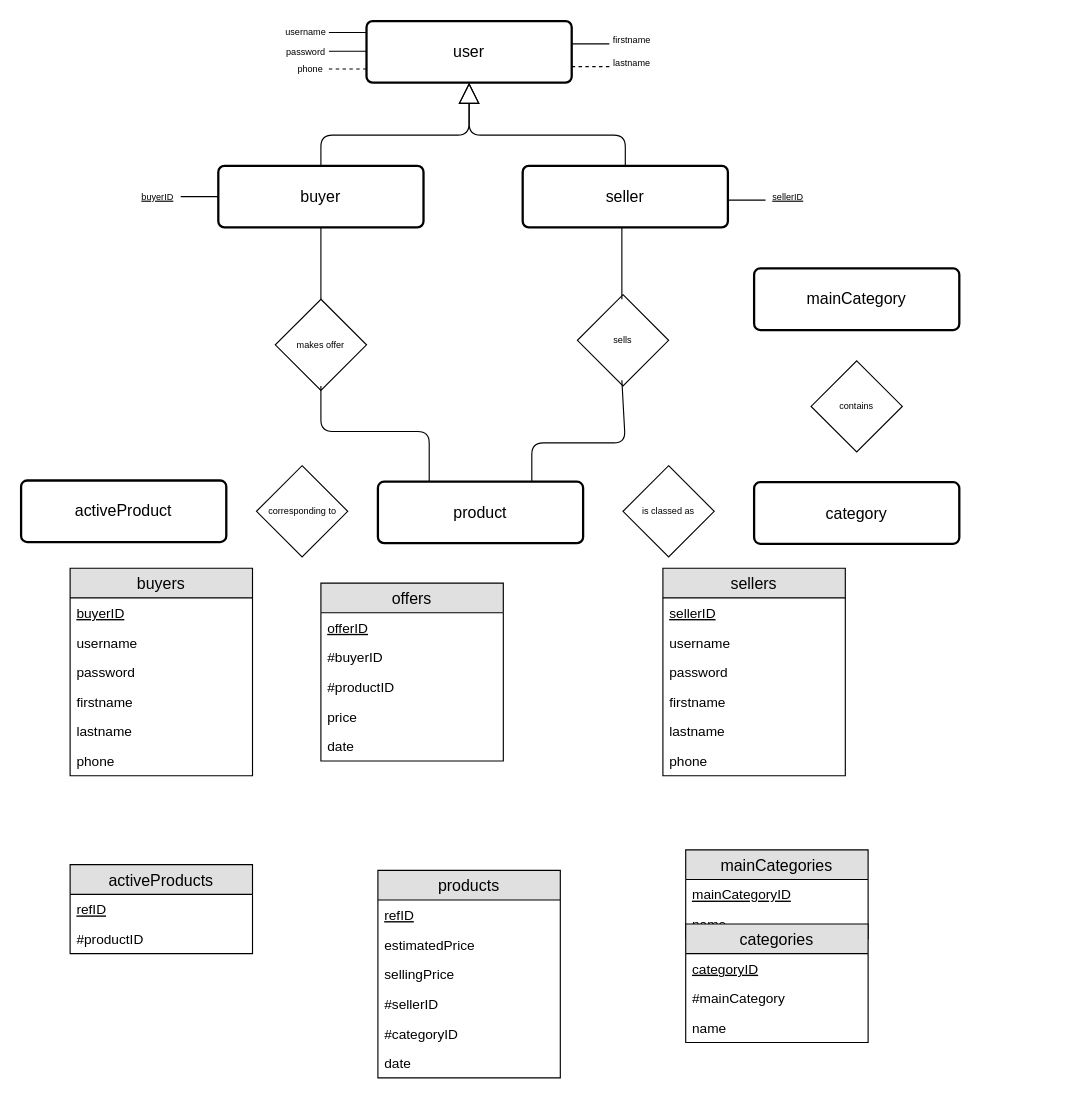
Before: modeleEA.drawio in JonathanCaspar/Database-Project, a draw.io diagram. Source tidied: cells renumbered, new cells numbered last; positions are measured from the earlier drawing's top-left corner, leaving out a move shared by most shapes. Both pictures are drawn from the tidied source at 114%, with x=0, y=0 at pixel (21, 21).
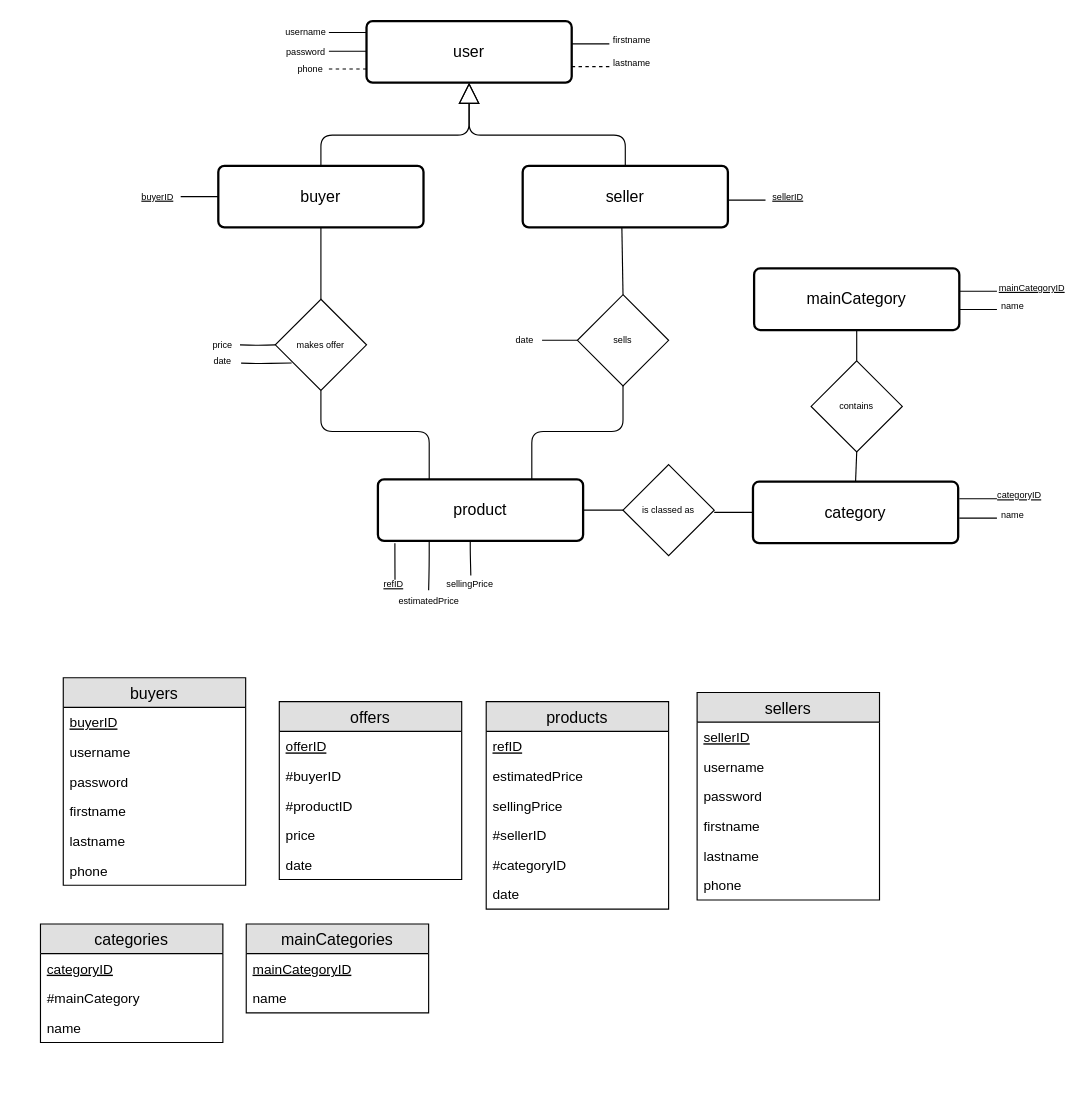
The same page after the edit.

The change refers to these unchanged cells:
```xml
<mxCell id="44" value="mainCategory&lt;br&gt;" style="strokeWidth=2;rounded=1;arcSize=10;whiteSpace=wrap;html=1;align=center;fontSize=14;" parent="1" vertex="1">
  <mxGeometry x="643" y="217" width="180" height="54" as="geometry" />
</mxCell>
<mxCell id="62" value="makes offer" style="rhombus;whiteSpace=wrap;html=1;fontSize=8;fontColor=none;" parent="1" vertex="1">
  <mxGeometry x="223" y="244" width="80" height="80" as="geometry" />
</mxCell>
<mxCell id="65" value="sells" style="rhombus;whiteSpace=wrap;html=1;fontSize=8;fontColor=none;" parent="1" vertex="1">
  <mxGeometry x="488" y="240" width="80" height="80" as="geometry" />
</mxCell>
<mxCell id="66" value="contains" style="rhombus;whiteSpace=wrap;html=1;fontSize=8;fontColor=none;" parent="1" vertex="1">
  <mxGeometry x="693" y="298" width="80" height="80" as="geometry" />
</mxCell>
```

Diff of the diagram source:
```diff
@@
     <mxCell id="2" value="buyers" style="swimlane;fontStyle=0;horizontal=1;startSize=26;fillColor=#e0e0e0;swimlaneFillColor=#ffffff;align=center;fontSize=14;" parent="1" vertex="1">
-      <mxGeometry x="43" y="480" width="160" height="182" as="geometry" />
+      <mxGeometry x="37" y="576" width="160" height="182" as="geometry" />
     </mxCell>
@@
     <mxCell id="9" value="sellers" style="swimlane;fontStyle=0;horizontal=1;startSize=26;fillColor=#e0e0e0;swimlaneFillColor=#ffffff;align=center;fontSize=14;" parent="1" vertex="1">
-      <mxGeometry x="563" y="480" width="160" height="182" as="geometry" />
+      <mxGeometry x="593" y="589" width="160" height="182" as="geometry" />
     </mxCell>
@@
     <mxCell id="16" value="products" style="swimlane;fontStyle=0;horizontal=1;startSize=26;fillColor=#e0e0e0;swimlaneFillColor=#ffffff;align=center;fontSize=14;" parent="1" vertex="1">
-      <mxGeometry x="313" y="745" width="160" height="182" as="geometry" />
+      <mxGeometry x="408" y="597" width="160" height="182" as="geometry" />
     </mxCell>
@@
-    <mxCell id="23" value="activeProducts" style="swimlane;fontStyle=0;horizontal=1;startSize=26;fillColor=#e0e0e0;swimlaneFillColor=#ffffff;align=center;fontSize=14;" parent="1" vertex="1">
-      <mxGeometry x="43" y="740" width="160" height="78" as="geometry" />
-    </mxCell>
-    <mxCell id="24" value="refID" style="text;strokeColor=none;fillColor=none;spacingLeft=4;spacingRight=4;overflow=hidden;fontSize=12;fontStyle=4;" parent="23" vertex="1">
-      <mxGeometry y="26" width="160" height="26" as="geometry" />
-    </mxCell>
-    <mxCell id="25" value="#productID" style="text;strokeColor=none;fillColor=none;spacingLeft=4;spacingRight=4;overflow=hidden;fontSize=12;" parent="23" vertex="1">
-      <mxGeometry y="52" width="160" height="26" as="geometry" />
-    </mxCell>
     <mxCell id="26" value="offers" style="swimlane;fontStyle=0;horizontal=1;startSize=26;fillColor=#e0e0e0;swimlaneFillColor=#ffffff;align=center;fontSize=14;" parent="1" vertex="1">
-      <mxGeometry x="263" y="493" width="160" height="156" as="geometry" />
+      <mxGeometry x="226.5" y="597" width="160" height="156" as="geometry" />
     </mxCell>
@@
     <mxCell id="32" value="mainCategories" style="swimlane;fontStyle=0;horizontal=1;startSize=26;fillColor=#e0e0e0;swimlaneFillColor=#ffffff;align=center;fontSize=14;" parent="1" vertex="1">
-      <mxGeometry x="583" y="727" width="160" height="78" as="geometry" />
+      <mxGeometry x="197.5" y="792" width="160" height="78" as="geometry" />
     </mxCell>
@@
     <mxCell id="35" value="categories" style="swimlane;fontStyle=0;horizontal=1;startSize=26;fillColor=#e0e0e0;swimlaneFillColor=#ffffff;align=center;fontSize=14;" parent="1" vertex="1">
-      <mxGeometry x="583" y="792" width="160" height="104" as="geometry" />
+      <mxGeometry x="17" y="792" width="160" height="104" as="geometry" />
     </mxCell>
@@
     <mxCell id="41" value="product&lt;br&gt;" style="strokeWidth=2;rounded=1;arcSize=10;whiteSpace=wrap;html=1;align=center;fontSize=14;" parent="1" vertex="1">
-      <mxGeometry x="313" y="404" width="180" height="54" as="geometry" />
+      <mxGeometry x="313" y="402" width="180" height="54" as="geometry" />
     </mxCell>
-    <mxCell id="42" value="activeProduct&lt;br&gt;" style="strokeWidth=2;rounded=1;arcSize=10;whiteSpace=wrap;html=1;align=center;fontSize=14;" parent="1" vertex="1">
-      <mxGeometry y="403" width="180" height="54" as="geometry" />
-    </mxCell>
     <mxCell id="43" value="category&lt;br&gt;" style="strokeWidth=2;rounded=1;arcSize=10;whiteSpace=wrap;html=1;align=center;fontSize=14;" parent="1" vertex="1">
-      <mxGeometry x="643" y="404.5" width="180" height="54" as="geometry" />
+      <mxGeometry x="642" y="404" width="180" height="54" as="geometry" />
     </mxCell>
@@
-    <mxCell id="63" value="corresponding to" style="rhombus;whiteSpace=wrap;html=1;fontSize=8;fontColor=none;" parent="1" vertex="1">
-      <mxGeometry x="206.5" y="390" width="80" height="80" as="geometry" />
-    </mxCell>
     <mxCell id="64" value="is classed as" style="rhombus;whiteSpace=wrap;html=1;fontSize=8;fontColor=none;" parent="1" vertex="1">
-      <mxGeometry x="528" y="390" width="80" height="80" as="geometry" />
+      <mxGeometry x="528" y="389" width="80" height="80" as="geometry" />
     </mxCell>
@@
-    <mxCell id="68" style="endArrow=none;html=1;fontSize=8;fontColor=none;exitX=0.25;exitY=0;exitDx=0;exitDy=0;" parent="1" edge="1" source="41">
+    <mxCell id="68" style="endArrow=none;html=1;fontSize=8;fontColor=none;exitX=0.25;exitY=0;exitDx=0;exitDy=0;entryX=0.5;entryY=1;entryDx=0;entryDy=0;" parent="1" edge="1" source="41" target="62">
       <mxGeometry relative="1" as="geometry">
-        <mxPoint x="263" y="320" as="targetPoint" />
         <Array as="points">
           <mxPoint x="358" y="360" />
           <mxPoint x="263" y="360" />
         </Array>
       </mxGeometry>
     </mxCell>
-    <mxCell id="69" style="endArrow=none;html=1;fontSize=8;fontColor=none;entryX=0.5;entryY=1;entryDx=0;entryDy=0;exitX=0.5;exitY=0;exitDx=0;exitDy=0;" parent="1" edge="1">
+    <mxCell id="69" style="endArrow=none;html=1;fontSize=8;fontColor=none;entryX=0.5;entryY=1;entryDx=0;entryDy=0;exitX=0.5;exitY=0;exitDx=0;exitDy=0;" parent="1" edge="1" source="65">
       <mxGeometry relative="1" as="geometry">
-        <mxPoint x="527" y="244" as="sourcePoint" />
         <mxPoint x="527" y="181" as="targetPoint" />
       </mxGeometry>
     </mxCell>
-    <mxCell id="70" style="endArrow=none;html=1;fontSize=8;fontColor=none;exitX=0.75;exitY=0;exitDx=0;exitDy=0;" parent="1" edge="1" source="41">
+    <mxCell id="70" style="endArrow=none;html=1;fontSize=8;fontColor=none;exitX=0.75;exitY=0;exitDx=0;exitDy=0;entryX=0.5;entryY=1;entryDx=0;entryDy=0;" parent="1" edge="1" source="41" target="65">
       <mxGeometry relative="1" as="geometry">
-        <mxPoint x="527" y="315" as="targetPoint" />
         <Array as="points">
-          <mxPoint x="448" y="370" />
-          <mxPoint x="530" y="370" />
+          <mxPoint x="448" y="360" />
+          <mxPoint x="528" y="360" />
         </Array>
       </mxGeometry>
     </mxCell>
+    <mxCell id="71" style="endArrow=none;html=1;fontSize=8;fontColor=none;entryX=0.5;entryY=1;entryDx=0;entryDy=0;exitX=0.5;exitY=0;exitDx=0;exitDy=0;" parent="1" edge="1" source="66" target="44">
+      <mxGeometry relative="1" as="geometry" />
+    </mxCell>
+    <mxCell id="72" style="endArrow=none;html=1;fontSize=8;fontColor=none;entryX=0.5;entryY=1;entryDx=0;entryDy=0;exitX=0.5;exitY=0;exitDx=0;exitDy=0;" parent="1" edge="1" source="43">
+      <mxGeometry relative="1" as="geometry">
+        <mxPoint x="733" y="378" as="targetPoint" />
+      </mxGeometry>
+    </mxCell>
+    <mxCell id="73" style="endArrow=none;html=1;fontSize=8;fontColor=none;entryX=1;entryY=0.5;entryDx=0;entryDy=0;exitX=0;exitY=0.5;exitDx=0;exitDy=0;" parent="1" edge="1" source="64" target="41">
+      <mxGeometry relative="1" as="geometry" />
+    </mxCell>
+    <mxCell id="74" style="endArrow=none;html=1;fontSize=8;fontColor=none;entryX=1;entryY=0.5;entryDx=0;entryDy=0;exitX=0;exitY=0.5;exitDx=0;exitDy=0;" parent="1" edge="1" source="43">
+      <mxGeometry relative="1" as="geometry">
+        <mxPoint x="608" y="431" as="targetPoint" />
+      </mxGeometry>
+    </mxCell>
+    <mxCell id="75" style="endArrow=none;html=1;edgeStyle=orthogonalEdgeStyle;fontSize=8;fontColor=none;" parent="1" edge="1">
+      <mxGeometry relative="1" as="geometry">
+        <mxPoint x="823" y="237" as="sourcePoint" />
+        <mxPoint x="856" y="237" as="targetPoint" />
+      </mxGeometry>
+    </mxCell>
+    <mxCell id="76" value="mainCategoryID" style="text;html=1;strokeColor=none;fillColor=none;align=center;verticalAlign=middle;whiteSpace=wrap;rounded=0;fontSize=8;fontColor=none;fontStyle=4;" parent="1" vertex="1">
+      <mxGeometry x="867" y="224.2" width="40" height="20" as="geometry" />
+    </mxCell>
+    <mxCell id="77" style="endArrow=none;html=1;edgeStyle=orthogonalEdgeStyle;fontSize=8;fontColor=none;" parent="1" edge="1">
+      <mxGeometry relative="1" as="geometry">
+        <mxPoint x="823" y="253" as="sourcePoint" />
+        <mxPoint x="856" y="253" as="targetPoint" />
+      </mxGeometry>
+    </mxCell>
+    <mxCell id="78" value="name" style="text;html=1;strokeColor=none;fillColor=none;align=center;verticalAlign=middle;whiteSpace=wrap;rounded=0;fontSize=8;fontColor=none;fontStyle=0;" parent="1" vertex="1">
+      <mxGeometry x="850" y="240.2" width="40" height="20" as="geometry" />
+    </mxCell>
+    <mxCell id="79" style="endArrow=none;html=1;edgeStyle=orthogonalEdgeStyle;fontSize=8;fontColor=none;" parent="1" edge="1">
+      <mxGeometry relative="1" as="geometry">
+        <mxPoint x="823" y="419" as="sourcePoint" />
+        <mxPoint x="856" y="419" as="targetPoint" />
+      </mxGeometry>
+    </mxCell>
+    <mxCell id="80" value="categoryID" style="text;html=1;strokeColor=none;fillColor=none;align=center;verticalAlign=middle;whiteSpace=wrap;rounded=0;fontSize=8;fontColor=none;fontStyle=4;" parent="1" vertex="1">
+      <mxGeometry x="856" y="406.2" width="40" height="20" as="geometry" />
+    </mxCell>
+    <mxCell id="81" style="endArrow=none;html=1;edgeStyle=orthogonalEdgeStyle;fontSize=8;fontColor=none;" parent="1" edge="1">
+      <mxGeometry relative="1" as="geometry">
+        <mxPoint x="823" y="436" as="sourcePoint" />
+        <mxPoint x="856" y="436" as="targetPoint" />
+      </mxGeometry>
+    </mxCell>
+    <mxCell id="82" value="name" style="text;html=1;strokeColor=none;fillColor=none;align=center;verticalAlign=middle;whiteSpace=wrap;rounded=0;fontSize=8;fontColor=none;fontStyle=0;" parent="1" vertex="1">
+      <mxGeometry x="850" y="423.2" width="40" height="20" as="geometry" />
+    </mxCell>
+    <mxCell id="83" style="endArrow=none;html=1;edgeStyle=orthogonalEdgeStyle;fontSize=8;fontColor=none;exitX=0.25;exitY=1;exitDx=0;exitDy=0;" parent="1" edge="1">
+      <mxGeometry relative="1" as="geometry">
+        <mxPoint x="327.9" y="458.1" as="sourcePoint" />
+        <mxPoint x="328" y="490" as="targetPoint" />
+        <Array as="points">
+          <mxPoint x="328" y="470" />
+          <mxPoint x="328" y="470" />
+        </Array>
+      </mxGeometry>
+    </mxCell>
+    <mxCell id="24" value="&lt;u&gt;refID&lt;/u&gt;" style="text;html=1;strokeColor=none;fillColor=none;align=center;verticalAlign=middle;whiteSpace=wrap;rounded=0;fontSize=8;fontColor=none;" parent="1" vertex="1">
+      <mxGeometry x="306.5" y="484.2" width="40" height="20" as="geometry" />
+    </mxCell>
+    <mxCell id="84" style="endArrow=none;html=1;edgeStyle=orthogonalEdgeStyle;fontSize=8;fontColor=none;exitX=0.25;exitY=1;exitDx=0;exitDy=0;" parent="1" edge="1" source="41" target="85">
+      <mxGeometry relative="1" as="geometry" />
+    </mxCell>
+    <mxCell id="85" value="&lt;span&gt;estimatedPrice&lt;/span&gt;" style="text;html=1;strokeColor=none;fillColor=none;align=center;verticalAlign=middle;whiteSpace=wrap;rounded=0;fontSize=8;fontColor=none;fontStyle=0;" parent="1" vertex="1">
+      <mxGeometry x="337.5" y="499.2" width="40" height="20" as="geometry" />
+    </mxCell>
+    <mxCell id="86" style="endArrow=none;html=1;edgeStyle=orthogonalEdgeStyle;fontSize=8;fontColor=none;exitX=0.45;exitY=1.002;exitDx=0;exitDy=0;exitPerimeter=0;" parent="1" edge="1" source="41">
+      <mxGeometry relative="1" as="geometry">
+        <mxPoint x="394.5" y="486.3" as="targetPoint" />
+        <Array as="points">
+          <mxPoint x="394" y="466" />
+        </Array>
+      </mxGeometry>
+    </mxCell>
+    <mxCell id="87" value="&lt;span&gt;sellingPrice&lt;/span&gt;" style="text;html=1;strokeColor=none;fillColor=none;align=center;verticalAlign=middle;whiteSpace=wrap;rounded=0;fontSize=8;fontColor=none;fontStyle=0;" parent="1" vertex="1">
+      <mxGeometry x="373.5" y="484.2" width="40" height="20" as="geometry" />
+    </mxCell>
+    <mxCell id="88" style="endArrow=none;html=1;edgeStyle=orthogonalEdgeStyle;fontSize=8;fontColor=none;entryX=0;entryY=0.5;entryDx=0;entryDy=0;" parent="1" edge="1" target="62">
+      <mxGeometry relative="1" as="geometry">
+        <mxPoint x="192" y="284" as="sourcePoint" />
+      </mxGeometry>
+    </mxCell>
+    <mxCell id="89" value="&lt;span&gt;price&lt;/span&gt;" style="text;html=1;strokeColor=none;fillColor=none;align=center;verticalAlign=middle;whiteSpace=wrap;rounded=0;fontSize=8;fontColor=none;fontStyle=0;" parent="1" vertex="1">
+      <mxGeometry x="157" y="274.2" width="40" height="20" as="geometry" />
+    </mxCell>
+    <mxCell id="90" style="endArrow=none;html=1;edgeStyle=orthogonalEdgeStyle;fontSize=8;fontColor=none;entryX=0;entryY=0.5;entryDx=0;entryDy=0;" parent="1" edge="1">
+      <mxGeometry relative="1" as="geometry">
+        <mxPoint x="457" y="280" as="sourcePoint" />
+        <mxPoint x="488" y="280" as="targetPoint" />
+      </mxGeometry>
+    </mxCell>
+    <mxCell id="91" value="&lt;span&gt;date&lt;/span&gt;" style="text;html=1;strokeColor=none;fillColor=none;align=center;verticalAlign=middle;whiteSpace=wrap;rounded=0;fontSize=8;fontColor=none;fontStyle=0;" parent="1" vertex="1">
+      <mxGeometry x="422" y="270.2" width="40" height="20" as="geometry" />
+    </mxCell>
+    <mxCell id="92" style="endArrow=none;html=1;edgeStyle=orthogonalEdgeStyle;fontSize=8;fontColor=none;entryX=0.179;entryY=0.699;entryDx=0;entryDy=0;entryPerimeter=0;" parent="1" edge="1" target="62">
+      <mxGeometry relative="1" as="geometry">
+        <mxPoint x="193" y="300" as="sourcePoint" />
+      </mxGeometry>
+    </mxCell>
+    <mxCell id="93" value="&lt;span&gt;date&lt;/span&gt;" style="text;html=1;strokeColor=none;fillColor=none;align=center;verticalAlign=middle;whiteSpace=wrap;rounded=0;fontSize=8;fontColor=none;fontStyle=0;" parent="1" vertex="1">
+      <mxGeometry x="157" y="288.2" width="40" height="20" as="geometry" />
+    </mxCell>
```
